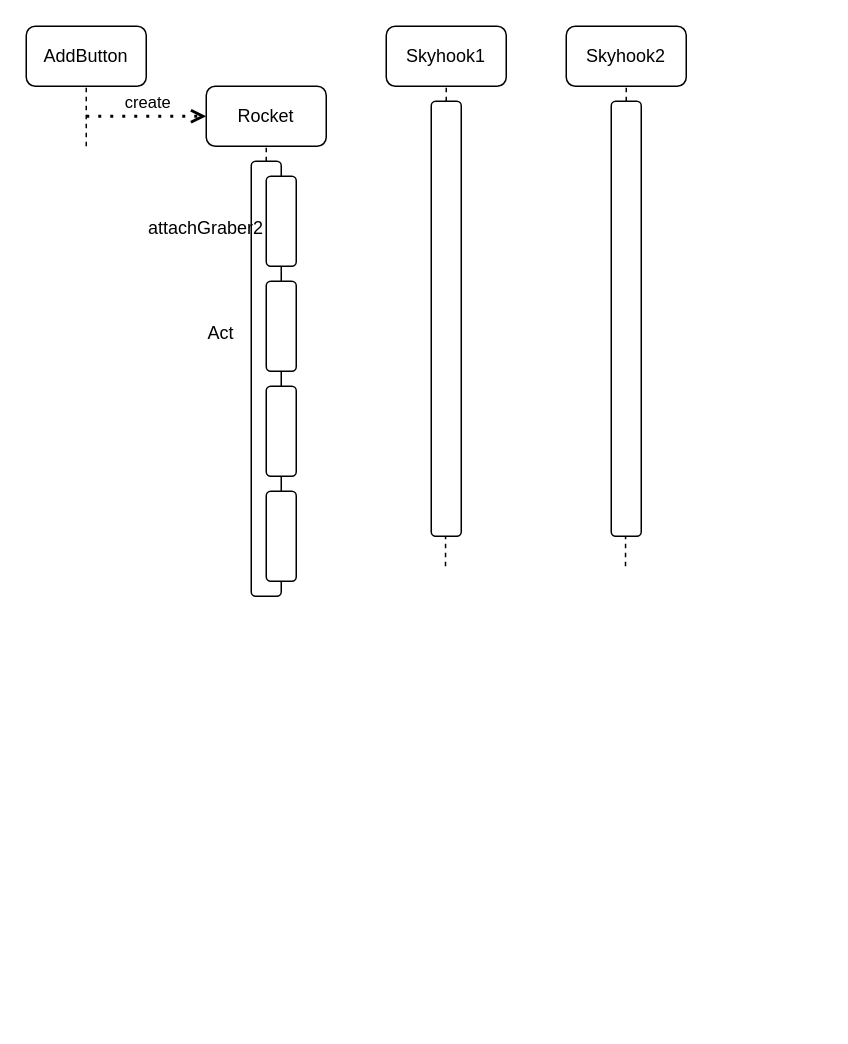
Above: Modelle/Sequenzdiagramm.drawio in daenzg/skyhook_sim (draw.io), before the change. Source tidied: cells renumbered, new cells numbered last; positions are measured from the earlier drawing's top-left corner, leaving out a move shared by most shapes. Both pictures are drawn from the tidied source at 150%, with x=0, y=0 at pixel (26, 26).
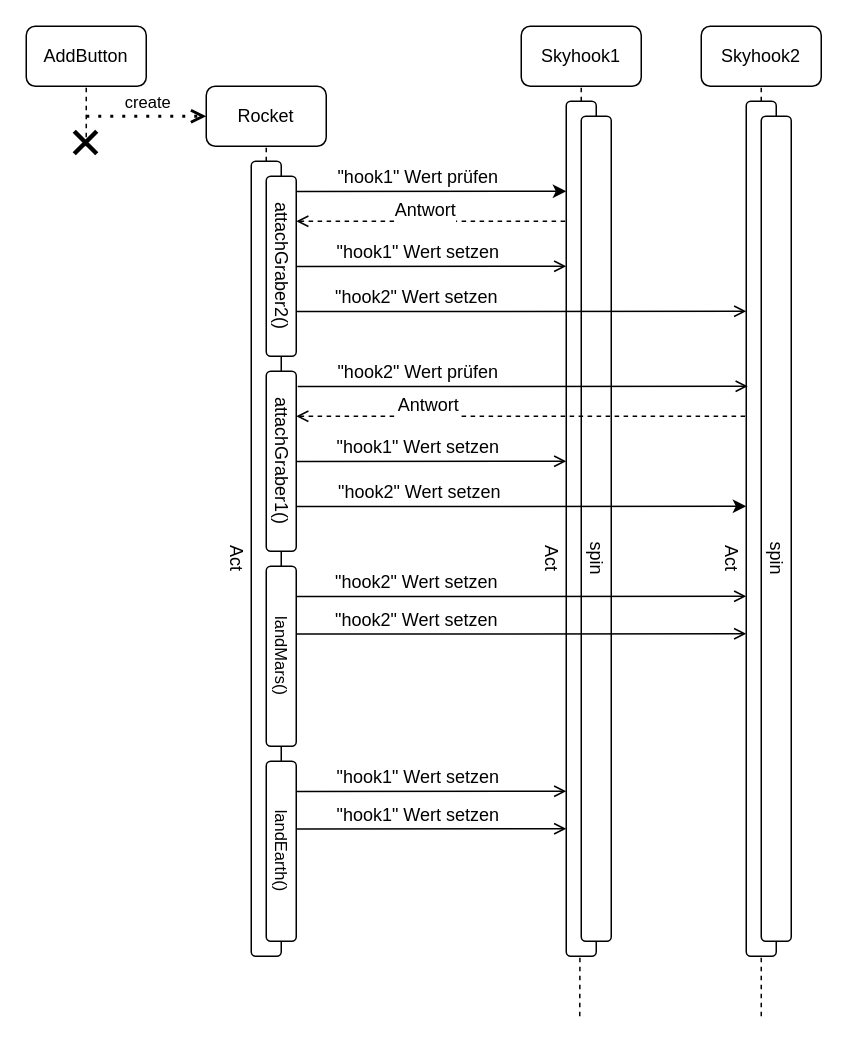
After the change.

Diff of the diagram source:
```diff
@@
     <mxCell id="4" value="Skyhook1" style="rounded=1;whiteSpace=wrap;html=1;" parent="1" vertex="1">
-      <mxGeometry x="240" width="80" height="40" as="geometry" />
+      <mxGeometry x="330" width="80" height="40" as="geometry" />
     </mxCell>
     <mxCell id="5" value="Skyhook2" style="rounded=1;whiteSpace=wrap;html=1;" parent="1" vertex="1">
-      <mxGeometry x="360" width="80" height="40" as="geometry" />
+      <mxGeometry x="450" width="80" height="40" as="geometry" />
     </mxCell>
@@
     <mxCell id="12" style="rounded=1;whiteSpace=wrap;html=1;" parent="1" vertex="1">
-      <mxGeometry x="150" y="90" width="20" height="290" as="geometry" />
+      <mxGeometry x="150" y="90" width="20" height="530" as="geometry" />
     </mxCell>
     <mxCell id="13" style="rounded=1;whiteSpace=wrap;html=1;" parent="1" vertex="1">
-      <mxGeometry x="160" y="100" width="20" height="60" as="geometry" />
+      <mxGeometry x="160" y="100" width="20" height="120" as="geometry" />
     </mxCell>
-    <mxCell id="14" value="Act" style="text;html=1;strokeColor=none;fillColor=none;align=center;verticalAlign=middle;whiteSpace=wrap;rounded=0;" parent="1" vertex="1">
-      <mxGeometry x="100" y="190" width="60" height="30" as="geometry" />
+    <mxCell id="14" value="Act" style="text;html=1;strokeColor=none;fillColor=none;align=center;verticalAlign=middle;whiteSpace=wrap;rounded=0;rotation=90;" parent="1" vertex="1">
+      <mxGeometry x="110" y="340" width="60" height="30" as="geometry" />
     </mxCell>
-    <mxCell id="15" value="attachGraber2" style="text;html=1;strokeColor=none;fillColor=none;align=center;verticalAlign=middle;whiteSpace=wrap;rounded=0;" parent="1" vertex="1">
-      <mxGeometry x="90" y="120" width="60" height="30" as="geometry" />
+    <mxCell id="15" value="&lt;font style=&quot;font-size: 12px;&quot;&gt;attachGraber2()&lt;/font&gt;" style="text;html=1;strokeColor=none;fillColor=none;align=center;verticalAlign=middle;whiteSpace=wrap;rounded=0;rotation=90;" parent="1" vertex="1">
+      <mxGeometry x="140" y="145" width="60" height="30" as="geometry" />
     </mxCell>
-    <mxCell id="16" style="rounded=1;whiteSpace=wrap;html=1;" parent="1" vertex="1">
-      <mxGeometry x="160" y="170" width="20" height="60" as="geometry" />
-    </mxCell>
-    <mxCell id="17" style="rounded=1;whiteSpace=wrap;html=1;" parent="1" vertex="1">
-      <mxGeometry x="160" y="240" width="20" height="60" as="geometry" />
-    </mxCell>
-    <mxCell id="18" style="rounded=1;whiteSpace=wrap;html=1;" parent="1" vertex="1">
-      <mxGeometry x="160" y="310" width="20" height="60" as="geometry" />
-    </mxCell>
     <mxCell id="19" style="endArrow=none;dashed=1;html=1;rounded=0;" parent="1" edge="1" target="20">
       <mxGeometry relative="1" as="geometry">
-        <mxPoint x="279.5" y="360" as="sourcePoint" />
+        <mxPoint x="369" y="660" as="sourcePoint" />
       </mxGeometry>
     </mxCell>
     <mxCell id="20" style="rounded=1;whiteSpace=wrap;html=1;" parent="1" vertex="1">
-      <mxGeometry x="270" y="50" width="20" height="290" as="geometry" />
+      <mxGeometry x="360" y="50" width="20" height="570" as="geometry" />
     </mxCell>
     <mxCell id="21" style="endArrow=none;dashed=1;html=1;rounded=0;" parent="1" edge="1" target="22">
       <mxGeometry relative="1" as="geometry">
-        <mxPoint x="399.5" y="360" as="sourcePoint" />
+        <mxPoint x="490" y="660" as="sourcePoint" />
       </mxGeometry>
     </mxCell>
     <mxCell id="22" style="rounded=1;whiteSpace=wrap;html=1;" parent="1" vertex="1">
-      <mxGeometry x="390" y="50" width="20" height="290" as="geometry" />
+      <mxGeometry x="480" y="50" width="20" height="570" as="geometry" />
     </mxCell>
+    <mxCell id="23" style="rounded=1;whiteSpace=wrap;html=1;" parent="1" vertex="1">
+      <mxGeometry x="370" y="60" width="20" height="550" as="geometry" />
+    </mxCell>
+    <mxCell id="24" style="rounded=1;whiteSpace=wrap;html=1;" parent="1" vertex="1">
+      <mxGeometry x="490" y="60" width="20" height="550" as="geometry" />
+    </mxCell>
+    <mxCell id="25" value="Act" style="text;html=1;strokeColor=none;fillColor=none;align=center;verticalAlign=middle;whiteSpace=wrap;rounded=0;rotation=90;" parent="1" vertex="1">
+      <mxGeometry x="320" y="340" width="60" height="30" as="geometry" />
+    </mxCell>
+    <mxCell id="26" value="Act" style="text;html=1;strokeColor=none;fillColor=none;align=center;verticalAlign=middle;whiteSpace=wrap;rounded=0;rotation=90;" parent="1" vertex="1">
+      <mxGeometry x="440" y="340" width="60" height="30" as="geometry" />
+    </mxCell>
+    <mxCell id="27" value="spin" style="text;html=1;strokeColor=none;fillColor=none;align=center;verticalAlign=middle;whiteSpace=wrap;rounded=0;rotation=90;" parent="1" vertex="1">
+      <mxGeometry x="350" y="340" width="60" height="30" as="geometry" />
+    </mxCell>
+    <mxCell id="28" value="spin" style="text;html=1;strokeColor=none;fillColor=none;align=center;verticalAlign=middle;whiteSpace=wrap;rounded=0;rotation=90;" parent="1" vertex="1">
+      <mxGeometry x="470" y="340" width="60" height="30" as="geometry" />
+    </mxCell>
+    <mxCell id="29" style="shape=umlDestroy;whiteSpace=wrap;html=1;strokeWidth=3;strokeColor=default;fontSize=11;" parent="1" vertex="1">
+      <mxGeometry x="32" y="70" width="15" height="15" as="geometry" />
+    </mxCell>
+    <mxCell id="30" style="endArrow=classic;html=1;rounded=0;fontSize=12;" parent="1" edge="1">
+      <mxGeometry relative="1" as="geometry">
+        <mxPoint x="180" y="110.2" as="sourcePoint" />
+        <mxPoint x="360" y="110" as="targetPoint" />
+      </mxGeometry>
+    </mxCell>
+    <mxCell id="31" value="&quot;hook1&quot; Wert prüfen" style="edgeLabel;html=1;align=center;verticalAlign=middle;fontSize=12;" parent="30" vertex="1">
+      <mxGeometry x="-0.15" y="1" relative="1" as="geometry">
+        <mxPoint x="4" y="-9" as="offset" />
+      </mxGeometry>
+    </mxCell>
+    <mxCell id="32" style="endArrow=none;dashed=1;html=1;rounded=0;fontSize=12;startArrow=open;startFill=0;" parent="1" edge="1">
+      <mxGeometry relative="1" as="geometry">
+        <mxPoint x="180" y="130" as="sourcePoint" />
+        <mxPoint x="360" y="130" as="targetPoint" />
+      </mxGeometry>
+    </mxCell>
+    <mxCell id="33" value="Antwort" style="edgeLabel;html=1;align=center;verticalAlign=middle;fontSize=12;" parent="32" vertex="1">
+      <mxGeometry x="-0.07" relative="1" as="geometry">
+        <mxPoint x="1" y="-8" as="offset" />
+      </mxGeometry>
+    </mxCell>
+    <mxCell id="34" style="endArrow=open;html=1;rounded=0;fontSize=12;endFill=0;" parent="1" edge="1">
+      <mxGeometry relative="1" as="geometry">
+        <mxPoint x="180" y="160.2" as="sourcePoint" />
+        <mxPoint x="360" y="160" as="targetPoint" />
+      </mxGeometry>
+    </mxCell>
+    <mxCell id="35" value="&quot;hook1&quot; Wert setzen" style="edgeLabel;html=1;align=center;verticalAlign=middle;fontSize=12;" parent="34" vertex="1">
+      <mxGeometry x="-0.15" y="1" relative="1" as="geometry">
+        <mxPoint x="4" y="-9" as="offset" />
+      </mxGeometry>
+    </mxCell>
+    <mxCell id="36" style="endArrow=open;html=1;rounded=0;fontSize=12;endFill=0;jumpStyle=none;" parent="1" edge="1">
+      <mxGeometry relative="1" as="geometry">
+        <mxPoint x="180" y="190.2" as="sourcePoint" />
+        <mxPoint x="480" y="190" as="targetPoint" />
+      </mxGeometry>
+    </mxCell>
+    <mxCell id="37" value="&quot;hook2&quot; Wert setzen" style="edgeLabel;html=1;align=center;verticalAlign=middle;fontSize=12;" parent="36" vertex="1">
+      <mxGeometry x="-0.15" y="1" relative="1" as="geometry">
+        <mxPoint x="-48" y="-9" as="offset" />
+      </mxGeometry>
+    </mxCell>
+    <mxCell id="38" style="rounded=1;whiteSpace=wrap;html=1;" parent="1" vertex="1">
+      <mxGeometry x="160" y="230" width="20" height="120" as="geometry" />
+    </mxCell>
+    <mxCell id="39" value="&lt;font style=&quot;&quot;&gt;&lt;font style=&quot;font-size: 12px;&quot;&gt;attachGraber1()&lt;/font&gt;&lt;br&gt;&lt;/font&gt;" style="text;html=1;strokeColor=none;fillColor=none;align=center;verticalAlign=middle;whiteSpace=wrap;rounded=0;rotation=90;" parent="1" vertex="1">
+      <mxGeometry x="140" y="275" width="60" height="30" as="geometry" />
+    </mxCell>
+    <mxCell id="40" style="rounded=1;whiteSpace=wrap;html=1;" parent="1" vertex="1">
+      <mxGeometry x="160" y="490" width="20" height="120" as="geometry" />
+    </mxCell>
+    <mxCell id="41" style="rounded=1;whiteSpace=wrap;html=1;" parent="1" vertex="1">
+      <mxGeometry x="160" y="360" width="20" height="120" as="geometry" />
+    </mxCell>
+    <mxCell id="42" value="&lt;font style=&quot;font-size: 11px;&quot;&gt;landEarth()&lt;/font&gt;" style="text;html=1;strokeColor=none;fillColor=none;align=center;verticalAlign=middle;whiteSpace=wrap;rounded=0;rotation=90;" parent="1" vertex="1">
+      <mxGeometry x="140" y="535" width="60" height="30" as="geometry" />
+    </mxCell>
+    <mxCell id="43" value="&lt;font style=&quot;font-size: 11px;&quot;&gt;landMars()&lt;/font&gt;" style="text;html=1;strokeColor=none;fillColor=none;align=center;verticalAlign=middle;whiteSpace=wrap;rounded=0;rotation=90;" parent="1" vertex="1">
+      <mxGeometry x="140" y="405" width="60" height="30" as="geometry" />
+    </mxCell>
+    <mxCell id="44" style="endArrow=classic;html=1;rounded=0;fontSize=12;" parent="1" edge="1">
+      <mxGeometry relative="1" as="geometry">
+        <mxPoint x="180" y="320.2" as="sourcePoint" />
+        <mxPoint x="480" y="320" as="targetPoint" />
+      </mxGeometry>
+    </mxCell>
+    <mxCell id="45" value="&quot;hook2&quot; Wert setzen" style="edgeLabel;html=1;align=center;verticalAlign=middle;fontSize=12;" parent="44" vertex="1">
+      <mxGeometry x="-0.15" y="1" relative="1" as="geometry">
+        <mxPoint x="-46" y="-9" as="offset" />
+      </mxGeometry>
+    </mxCell>
+    <mxCell id="46" style="endArrow=none;dashed=1;html=1;rounded=0;fontSize=12;startArrow=open;startFill=0;" parent="1" edge="1">
+      <mxGeometry relative="1" as="geometry">
+        <mxPoint x="180" y="260" as="sourcePoint" />
+        <mxPoint x="480" y="260" as="targetPoint" />
+      </mxGeometry>
+    </mxCell>
+    <mxCell id="47" value="Antwort" style="edgeLabel;html=1;align=center;verticalAlign=middle;fontSize=12;" parent="46" vertex="1">
+      <mxGeometry x="-0.07" relative="1" as="geometry">
+        <mxPoint x="-53" y="-8" as="offset" />
+      </mxGeometry>
+    </mxCell>
+    <mxCell id="48" style="endArrow=open;html=1;rounded=0;fontSize=12;endFill=0;" parent="1" edge="1">
+      <mxGeometry relative="1" as="geometry">
+        <mxPoint x="180" y="290.2" as="sourcePoint" />
+        <mxPoint x="360" y="290" as="targetPoint" />
+      </mxGeometry>
+    </mxCell>
+    <mxCell id="49" value="&quot;hook1&quot; Wert setzen" style="edgeLabel;html=1;align=center;verticalAlign=middle;fontSize=12;" parent="48" vertex="1">
+      <mxGeometry x="-0.15" y="1" relative="1" as="geometry">
+        <mxPoint x="4" y="-9" as="offset" />
+      </mxGeometry>
+    </mxCell>
+    <mxCell id="50" style="endArrow=open;html=1;rounded=0;fontSize=12;endFill=0;jumpStyle=none;" parent="1" edge="1">
+      <mxGeometry relative="1" as="geometry">
+        <mxPoint x="181" y="240.2" as="sourcePoint" />
+        <mxPoint x="481" y="240" as="targetPoint" />
+      </mxGeometry>
+    </mxCell>
+    <mxCell id="51" value="&quot;hook2&quot; Wert prüfen" style="edgeLabel;html=1;align=center;verticalAlign=middle;fontSize=12;" parent="50" vertex="1">
+      <mxGeometry x="-0.15" y="1" relative="1" as="geometry">
+        <mxPoint x="-48" y="-9" as="offset" />
+      </mxGeometry>
+    </mxCell>
+    <mxCell id="52" style="endArrow=open;html=1;rounded=0;fontSize=12;endFill=0;jumpStyle=none;" parent="1" edge="1">
+      <mxGeometry relative="1" as="geometry">
+        <mxPoint x="180" y="380.2" as="sourcePoint" />
+        <mxPoint x="480" y="380" as="targetPoint" />
+      </mxGeometry>
+    </mxCell>
+    <mxCell id="53" value="&quot;hook2&quot; Wert setzen" style="edgeLabel;html=1;align=center;verticalAlign=middle;fontSize=12;" parent="52" vertex="1">
+      <mxGeometry x="-0.15" y="1" relative="1" as="geometry">
+        <mxPoint x="-48" y="-9" as="offset" />
+      </mxGeometry>
+    </mxCell>
+    <mxCell id="54" style="endArrow=open;html=1;rounded=0;fontSize=12;endFill=0;jumpStyle=none;" parent="1" edge="1">
+      <mxGeometry relative="1" as="geometry">
+        <mxPoint x="180" y="405.2" as="sourcePoint" />
+        <mxPoint x="480" y="405" as="targetPoint" />
+      </mxGeometry>
+    </mxCell>
+    <mxCell id="55" value="&quot;hook2&quot; Wert setzen" style="edgeLabel;html=1;align=center;verticalAlign=middle;fontSize=12;" parent="54" vertex="1">
+      <mxGeometry x="-0.15" y="1" relative="1" as="geometry">
+        <mxPoint x="-48" y="-9" as="offset" />
+      </mxGeometry>
+    </mxCell>
+    <mxCell id="56" style="endArrow=open;html=1;rounded=0;fontSize=12;endFill=0;" parent="1" edge="1">
+      <mxGeometry relative="1" as="geometry">
+        <mxPoint x="180" y="510.2" as="sourcePoint" />
+        <mxPoint x="360" y="510" as="targetPoint" />
+      </mxGeometry>
+    </mxCell>
+    <mxCell id="57" value="&quot;hook1&quot; Wert setzen" style="edgeLabel;html=1;align=center;verticalAlign=middle;fontSize=12;" parent="56" vertex="1">
+      <mxGeometry x="-0.15" y="1" relative="1" as="geometry">
+        <mxPoint x="4" y="-9" as="offset" />
+      </mxGeometry>
+    </mxCell>
+    <mxCell id="58" style="endArrow=open;html=1;rounded=0;fontSize=12;endFill=0;" parent="1" edge="1">
+      <mxGeometry relative="1" as="geometry">
+        <mxPoint x="180" y="535.2" as="sourcePoint" />
+        <mxPoint x="360" y="535" as="targetPoint" />
+      </mxGeometry>
+    </mxCell>
+    <mxCell id="59" value="&quot;hook1&quot; Wert setzen" style="edgeLabel;html=1;align=center;verticalAlign=middle;fontSize=12;" parent="58" vertex="1">
+      <mxGeometry x="-0.15" y="1" relative="1" as="geometry">
+        <mxPoint x="4" y="-9" as="offset" />
+      </mxGeometry>
+    </mxCell>
```
